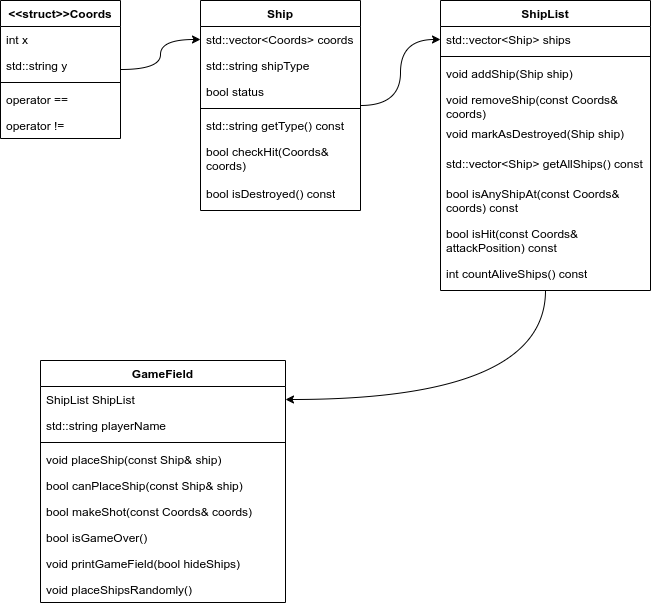
Before: class_diagram.drawio.png, a diagram exported from draw.io (Puslore/Battleship_game). Source tidied: cells renumbered, new cells last; positions are measured from the earlier drawing's top-left corner, leaving out a move shared by most shapes. The source it was exported from:
```xml
<mxGraphModel>
  <root>
    <mxCell id="0" />
    <mxCell id="1" parent="0" />
    <mxCell id="2" value="GameField&lt;div&gt;&lt;br&gt;&lt;/div&gt;" style="swimlane;fontStyle=1;align=center;verticalAlign=top;horizontal=1;startSize=26;whiteSpace=wrap;html=1;" parent="1" vertex="1">
      <mxGeometry x="40" y="360" width="245" height="242" as="geometry" />
    </mxCell>
    <mxCell id="3" value="ShipList ShipList" style="text;strokeColor=none;fillColor=none;align=left;verticalAlign=top;spacingLeft=4;spacingRight=4;overflow=hidden;points=[[0,0.5],[1,0.5]];portConstraint=eastwest;whiteSpace=wrap;html=1;" parent="2" vertex="1">
      <mxGeometry y="26" width="245" height="26" as="geometry" />
    </mxCell>
    <mxCell id="4" value="std::string playerName" style="text;strokeColor=none;fillColor=none;align=left;verticalAlign=top;spacingLeft=4;spacingRight=4;overflow=hidden;whiteSpace=wrap;html=1;" parent="2" vertex="1">
      <mxGeometry y="52" width="245" height="26" as="geometry" />
    </mxCell>
    <mxCell id="5" style="line;strokeWidth=1;fillColor=none;align=left;verticalAlign=middle;spacingTop=-1;spacingLeft=3;spacingRight=3;labelPosition=right;strokeColor=inherit;" parent="2" vertex="1">
      <mxGeometry y="78" width="245" height="8" as="geometry" />
    </mxCell>
    <mxCell id="6" value="void placeShip(const Ship&amp;amp; ship)" style="text;strokeColor=none;fillColor=none;align=left;verticalAlign=top;spacingLeft=4;spacingRight=4;overflow=hidden;whiteSpace=wrap;html=1;" parent="2" vertex="1">
      <mxGeometry y="86" width="245" height="26" as="geometry" />
    </mxCell>
    <mxCell id="7" value="bool canPlaceShip(const Ship&amp;amp; ship)" style="text;strokeColor=none;fillColor=none;align=left;verticalAlign=top;spacingLeft=4;spacingRight=4;overflow=hidden;whiteSpace=wrap;html=1;" parent="2" vertex="1">
      <mxGeometry y="112" width="245" height="26" as="geometry" />
    </mxCell>
    <mxCell id="8" value="bool makeShot(const Coords&amp;amp; coords)" style="text;strokeColor=none;fillColor=none;align=left;verticalAlign=top;spacingLeft=4;spacingRight=4;overflow=hidden;whiteSpace=wrap;html=1;" parent="2" vertex="1">
      <mxGeometry y="138" width="245" height="26" as="geometry" />
    </mxCell>
    <mxCell id="9" value="bool isGameOver()" style="text;strokeColor=none;fillColor=none;align=left;verticalAlign=top;spacingLeft=4;spacingRight=4;overflow=hidden;whiteSpace=wrap;html=1;" parent="2" vertex="1">
      <mxGeometry y="164" width="245" height="26" as="geometry" />
    </mxCell>
    <mxCell id="10" value="void printGameField(bool hideShips)" style="text;strokeColor=none;fillColor=none;align=left;verticalAlign=top;spacingLeft=4;spacingRight=4;overflow=hidden;whiteSpace=wrap;html=1;" parent="2" vertex="1">
      <mxGeometry y="190" width="245" height="26" as="geometry" />
    </mxCell>
    <mxCell id="11" value="void placeShipsRandomly()" style="text;strokeColor=none;fillColor=none;align=left;verticalAlign=top;spacingLeft=4;spacingRight=4;overflow=hidden;whiteSpace=wrap;html=1;" parent="2" vertex="1">
      <mxGeometry y="216" width="245" height="26" as="geometry" />
    </mxCell>
    <mxCell id="12" value="&amp;lt;&amp;lt;struct&amp;gt;&amp;gt;&lt;span style=&quot;background-color: transparent;&quot;&gt;Coords&lt;/span&gt;" style="swimlane;fontStyle=1;align=center;verticalAlign=top;horizontal=1;startSize=26;whiteSpace=wrap;html=1;" parent="1" vertex="1">
      <mxGeometry width="120" height="138" as="geometry" />
    </mxCell>
    <mxCell id="13" value="int x&lt;div&gt;&lt;br&gt;&lt;/div&gt;" style="text;strokeColor=none;fillColor=none;align=left;verticalAlign=top;spacingLeft=4;spacingRight=4;overflow=hidden;whiteSpace=wrap;html=1;" parent="12" vertex="1">
      <mxGeometry y="26" width="120" height="26" as="geometry" />
    </mxCell>
    <mxCell id="14" value="std::string y" style="text;strokeColor=none;fillColor=none;align=left;verticalAlign=top;spacingLeft=4;spacingRight=4;overflow=hidden;whiteSpace=wrap;html=1;" parent="12" vertex="1">
      <mxGeometry y="52" width="120" height="26" as="geometry" />
    </mxCell>
    <mxCell id="15" style="line;strokeWidth=1;fillColor=none;align=left;verticalAlign=middle;spacingTop=-1;spacingLeft=3;spacingRight=3;labelPosition=right;strokeColor=inherit;" parent="12" vertex="1">
      <mxGeometry y="78" width="120" height="8" as="geometry" />
    </mxCell>
    <mxCell id="16" value="operator ==" style="text;strokeColor=none;fillColor=none;align=left;verticalAlign=top;spacingLeft=4;spacingRight=4;overflow=hidden;whiteSpace=wrap;html=1;" parent="12" vertex="1">
      <mxGeometry y="86" width="120" height="26" as="geometry" />
    </mxCell>
    <mxCell id="17" value="operator !=" style="text;strokeColor=none;fillColor=none;align=left;verticalAlign=top;spacingLeft=4;spacingRight=4;overflow=hidden;whiteSpace=wrap;html=1;" parent="12" vertex="1">
      <mxGeometry y="112" width="120" height="26" as="geometry" />
    </mxCell>
    <mxCell id="18" style="edgeStyle=orthogonalEdgeStyle;shape=connector;curved=1;rounded=1;html=1;strokeColor=default;align=center;verticalAlign=middle;fontFamily=Helvetica;fontSize=11;fontColor=default;labelBackgroundColor=default;endArrow=classic;" parent="1" edge="1" source="19" target="29">
      <mxGeometry relative="1" as="geometry" />
    </mxCell>
    <mxCell id="19" value="Ship" style="swimlane;fontStyle=1;align=center;verticalAlign=top;horizontal=1;startSize=26;whiteSpace=wrap;html=1;" parent="1" vertex="1">
      <mxGeometry x="200" width="160" height="210" as="geometry" />
    </mxCell>
    <mxCell id="20" value="std::vector&amp;lt;Coords&amp;gt; coords" style="text;strokeColor=none;fillColor=none;align=left;verticalAlign=top;spacingLeft=4;spacingRight=4;overflow=hidden;points=[[0,0.5],[1,0.5]];portConstraint=eastwest;whiteSpace=wrap;html=1;" parent="19" vertex="1">
      <mxGeometry y="26" width="160" height="26" as="geometry" />
    </mxCell>
    <mxCell id="21" value="std::string shipType" style="text;strokeColor=none;fillColor=none;align=left;verticalAlign=top;spacingLeft=4;spacingRight=4;overflow=hidden;whiteSpace=wrap;html=1;" parent="19" vertex="1">
      <mxGeometry y="52" width="160" height="26" as="geometry" />
    </mxCell>
    <mxCell id="22" value="bool status" style="text;strokeColor=none;fillColor=none;align=left;verticalAlign=top;spacingLeft=4;spacingRight=4;overflow=hidden;whiteSpace=wrap;html=1;" parent="19" vertex="1">
      <mxGeometry y="78" width="160" height="26" as="geometry" />
    </mxCell>
    <mxCell id="23" style="line;strokeWidth=1;fillColor=none;align=left;verticalAlign=middle;spacingTop=-1;spacingLeft=3;spacingRight=3;labelPosition=right;strokeColor=inherit;" parent="19" vertex="1">
      <mxGeometry y="104" width="160" height="8" as="geometry" />
    </mxCell>
    <mxCell id="24" value="std::string getType() const" style="text;strokeColor=none;fillColor=none;align=left;verticalAlign=top;spacingLeft=4;spacingRight=4;overflow=hidden;whiteSpace=wrap;html=1;" parent="19" vertex="1">
      <mxGeometry y="112" width="160" height="26" as="geometry" />
    </mxCell>
    <mxCell id="25" value="bool checkHit(Coords&amp;amp; coords)" style="text;strokeColor=none;fillColor=none;align=left;verticalAlign=top;spacingLeft=4;spacingRight=4;overflow=hidden;whiteSpace=wrap;html=1;" parent="19" vertex="1">
      <mxGeometry y="138" width="160" height="42" as="geometry" />
    </mxCell>
    <mxCell id="26" value="bool isDestroyed() const" style="text;strokeColor=none;fillColor=none;align=left;verticalAlign=top;spacingLeft=4;spacingRight=4;overflow=hidden;whiteSpace=wrap;html=1;" parent="19" vertex="1">
      <mxGeometry y="180" width="160" height="30" as="geometry" />
    </mxCell>
    <mxCell id="27" style="edgeStyle=orthogonalEdgeStyle;shape=connector;curved=1;rounded=1;html=1;entryX=1;entryY=0.5;entryDx=0;entryDy=0;strokeColor=default;align=center;verticalAlign=middle;fontFamily=Helvetica;fontSize=11;fontColor=default;labelBackgroundColor=default;endArrow=classic;" parent="1" edge="1" source="28" target="3">
      <mxGeometry relative="1" as="geometry" />
    </mxCell>
    <mxCell id="28" value="ShipList" style="swimlane;fontStyle=1;align=center;verticalAlign=top;horizontal=1;startSize=26;whiteSpace=wrap;html=1;" parent="1" vertex="1">
      <mxGeometry x="440" width="210" height="290" as="geometry" />
    </mxCell>
    <mxCell id="29" value="std::vector&amp;lt;Ship&amp;gt; ships" style="text;strokeColor=none;fillColor=none;align=left;verticalAlign=top;spacingLeft=4;spacingRight=4;overflow=hidden;points=[[0,0.5],[1,0.5]];portConstraint=eastwest;whiteSpace=wrap;html=1;" parent="28" vertex="1">
      <mxGeometry y="26" width="210" height="26" as="geometry" />
    </mxCell>
    <mxCell id="30" style="line;strokeWidth=1;fillColor=none;align=left;verticalAlign=middle;spacingTop=-1;spacingLeft=3;spacingRight=3;labelPosition=right;strokeColor=inherit;" parent="28" vertex="1">
      <mxGeometry y="52" width="210" height="8" as="geometry" />
    </mxCell>
    <mxCell id="31" value="void addShip(Ship ship)" style="text;strokeColor=none;fillColor=none;align=left;verticalAlign=top;spacingLeft=4;spacingRight=4;overflow=hidden;whiteSpace=wrap;html=1;" parent="28" vertex="1">
      <mxGeometry y="60" width="210" height="26" as="geometry" />
    </mxCell>
    <mxCell id="32" value="void removeShip(const Coords&amp;amp; coords)" style="text;strokeColor=none;fillColor=none;align=left;verticalAlign=top;spacingLeft=4;spacingRight=4;overflow=hidden;whiteSpace=wrap;html=1;" parent="28" vertex="1">
      <mxGeometry y="86" width="210" height="34" as="geometry" />
    </mxCell>
    <mxCell id="33" value="void markAsDestroyed(Ship ship)" style="text;strokeColor=none;fillColor=none;align=left;verticalAlign=top;spacingLeft=4;spacingRight=4;overflow=hidden;whiteSpace=wrap;html=1;" parent="28" vertex="1">
      <mxGeometry y="120" width="210" height="30" as="geometry" />
    </mxCell>
    <mxCell id="34" value="std::vector&amp;lt;Ship&amp;gt; getAllShips() const" style="text;strokeColor=none;fillColor=none;align=left;verticalAlign=top;spacingLeft=4;spacingRight=4;overflow=hidden;whiteSpace=wrap;html=1;" parent="28" vertex="1">
      <mxGeometry y="150" width="210" height="30" as="geometry" />
    </mxCell>
    <mxCell id="35" value="bool isAnyShipAt(const Coords&amp;amp; coords) const" style="text;strokeColor=none;fillColor=none;align=left;verticalAlign=top;spacingLeft=4;spacingRight=4;overflow=hidden;whiteSpace=wrap;html=1;" parent="28" vertex="1">
      <mxGeometry y="180" width="210" height="40" as="geometry" />
    </mxCell>
    <mxCell id="36" value="bool isHit(const Coords&amp;amp; attackPosition) const" style="text;strokeColor=none;fillColor=none;align=left;verticalAlign=top;spacingLeft=4;spacingRight=4;overflow=hidden;whiteSpace=wrap;html=1;" parent="28" vertex="1">
      <mxGeometry y="220" width="210" height="40" as="geometry" />
    </mxCell>
    <mxCell id="37" value="int countAliveShips() const" style="text;strokeColor=none;fillColor=none;align=left;verticalAlign=top;spacingLeft=4;spacingRight=4;overflow=hidden;whiteSpace=wrap;html=1;" parent="28" vertex="1">
      <mxGeometry y="260" width="210" height="30" as="geometry" />
    </mxCell>
    <mxCell id="38" style="edgeStyle=orthogonalEdgeStyle;html=1;entryX=0;entryY=0.5;entryDx=0;entryDy=0;curved=1;" parent="1" edge="1" source="12" target="20">
      <mxGeometry relative="1" as="geometry" />
    </mxCell>
  </root>
</mxGraphModel>
```
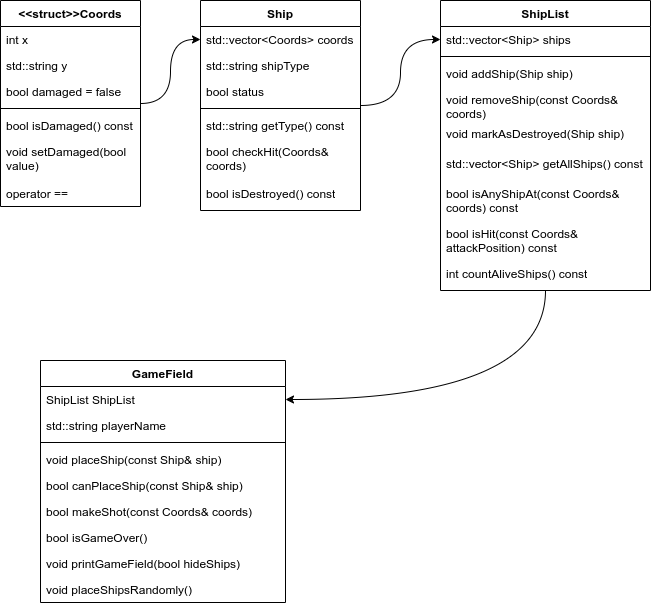
After the change.

The edit, as a diff of the source:
```diff
@@ -33,23 +33,29 @@
       <mxGeometry y="216" width="245" height="26" as="geometry" />
     </mxCell>
     <mxCell id="12" value="&amp;lt;&amp;lt;struct&amp;gt;&amp;gt;&lt;span style=&quot;background-color: transparent;&quot;&gt;Coords&lt;/span&gt;" style="swimlane;fontStyle=1;align=center;verticalAlign=top;horizontal=1;startSize=26;whiteSpace=wrap;html=1;" parent="1" vertex="1">
-      <mxGeometry width="120" height="138" as="geometry" />
+      <mxGeometry width="140" height="206" as="geometry" />
     </mxCell>
     <mxCell id="13" value="int x&lt;div&gt;&lt;br&gt;&lt;/div&gt;" style="text;strokeColor=none;fillColor=none;align=left;verticalAlign=top;spacingLeft=4;spacingRight=4;overflow=hidden;whiteSpace=wrap;html=1;" parent="12" vertex="1">
-      <mxGeometry y="26" width="120" height="26" as="geometry" />
+      <mxGeometry y="26" width="140" height="26" as="geometry" />
     </mxCell>
     <mxCell id="14" value="std::string y" style="text;strokeColor=none;fillColor=none;align=left;verticalAlign=top;spacingLeft=4;spacingRight=4;overflow=hidden;whiteSpace=wrap;html=1;" parent="12" vertex="1">
-      <mxGeometry y="52" width="120" height="26" as="geometry" />
+      <mxGeometry y="52" width="140" height="26" as="geometry" />
     </mxCell>
+    <mxCell id="39" value="bool damaged = false" style="text;strokeColor=none;fillColor=none;align=left;verticalAlign=top;spacingLeft=4;spacingRight=4;overflow=hidden;whiteSpace=wrap;html=1;" parent="12" vertex="1">
+      <mxGeometry y="78" width="140" height="26" as="geometry" />
+    </mxCell>
     <mxCell id="15" style="line;strokeWidth=1;fillColor=none;align=left;verticalAlign=middle;spacingTop=-1;spacingLeft=3;spacingRight=3;labelPosition=right;strokeColor=inherit;" parent="12" vertex="1">
-      <mxGeometry y="78" width="120" height="8" as="geometry" />
+      <mxGeometry y="104" width="140" height="8" as="geometry" />
     </mxCell>
+    <mxCell id="40" value="bool isDamaged() const" style="text;strokeColor=none;fillColor=none;align=left;verticalAlign=top;spacingLeft=4;spacingRight=4;overflow=hidden;whiteSpace=wrap;html=1;" parent="12" vertex="1">
+      <mxGeometry y="112" width="140" height="26" as="geometry" />
+    </mxCell>
-    <mxCell id="16" value="operator ==" style="text;strokeColor=none;fillColor=none;align=left;verticalAlign=top;spacingLeft=4;spacingRight=4;overflow=hidden;whiteSpace=wrap;html=1;" parent="12" vertex="1">
-      <mxGeometry y="86" width="120" height="26" as="geometry" />
+    <mxCell id="16" value="void setDamaged(bool value)" style="text;strokeColor=none;fillColor=none;align=left;verticalAlign=top;spacingLeft=4;spacingRight=4;overflow=hidden;whiteSpace=wrap;html=1;" parent="12" vertex="1">
+      <mxGeometry y="138" width="140" height="42" as="geometry" />
     </mxCell>
-    <mxCell id="17" value="operator !=" style="text;strokeColor=none;fillColor=none;align=left;verticalAlign=top;spacingLeft=4;spacingRight=4;overflow=hidden;whiteSpace=wrap;html=1;" parent="12" vertex="1">
-      <mxGeometry y="112" width="120" height="26" as="geometry" />
-    </mxCell>
+    <mxCell id="41" value="operator ==" style="text;strokeColor=none;fillColor=none;align=left;verticalAlign=top;spacingLeft=4;spacingRight=4;overflow=hidden;whiteSpace=wrap;html=1;" parent="12" vertex="1">
+      <mxGeometry y="180" width="140" height="26" as="geometry" />
+    </mxCell>
     <mxCell id="18" style="edgeStyle=orthogonalEdgeStyle;shape=connector;curved=1;rounded=1;html=1;strokeColor=default;align=center;verticalAlign=middle;fontFamily=Helvetica;fontSize=11;fontColor=default;labelBackgroundColor=default;endArrow=classic;" parent="1" edge="1" source="19" target="29">
       <mxGeometry relative="1" as="geometry" />
     </mxCell>
```
